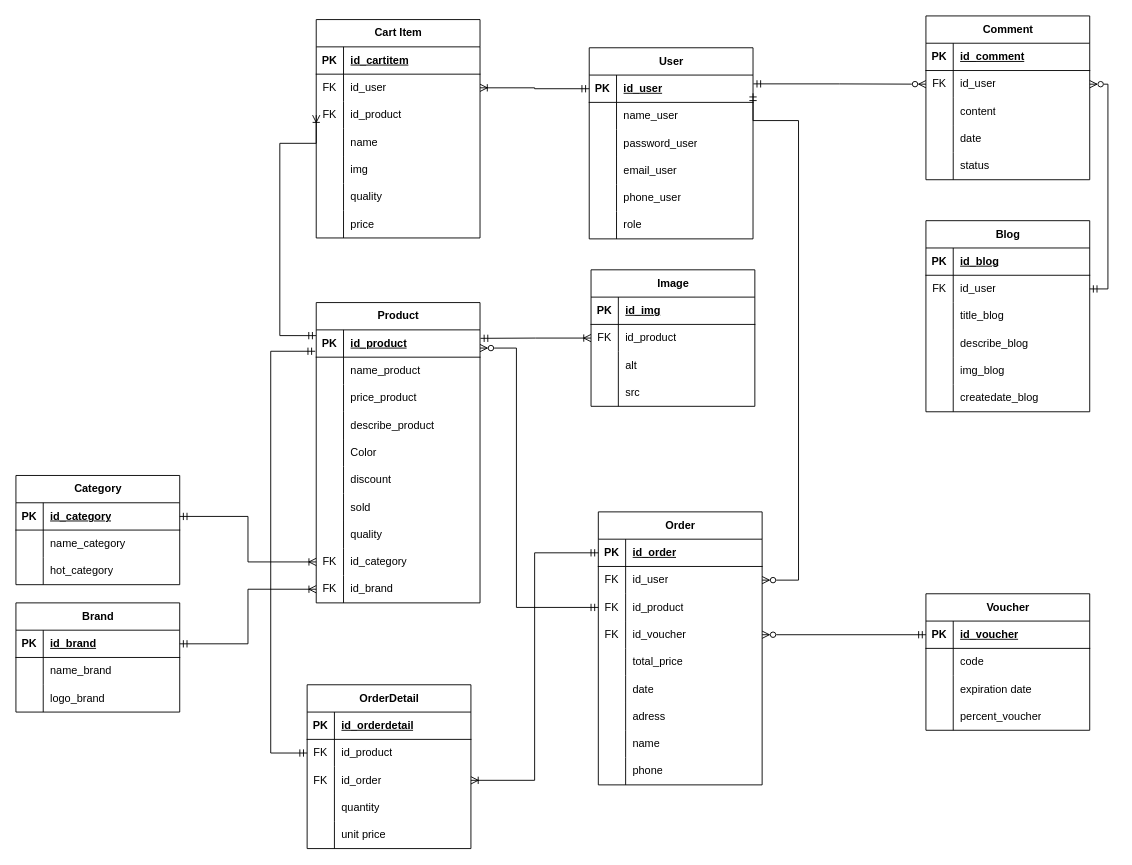
This is Untitled Diagram.drawio from Blion00/Blion00, a draw.io file, before an edit. Source tidied: cells renumbered, new cells numbered last; positions are measured from the earlier drawing's top-left corner, leaving out a move shared by most shapes. Both pictures are drawn from the tidied source at 91%, with x=0, y=0 at pixel (15, 15).
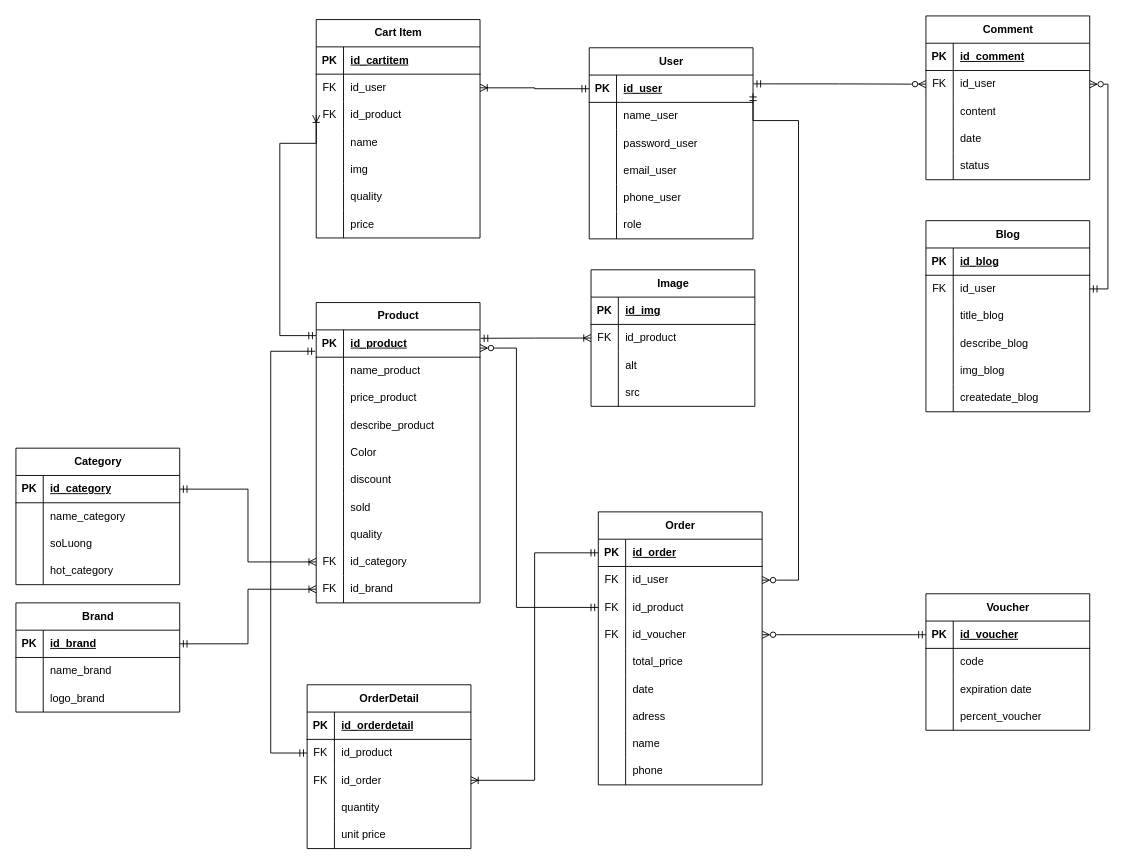
After the change.

Change to the diagram source:
```diff
@@
     <mxCell id="33" value="Category" style="shape=table;startSize=30;childLayout=tableLayout;rowLines=0;fontStyle=1;align=center;html=1;" parent="1" vertex="1">
-      <mxGeometry y="505" width="180" height="120" as="geometry" />
+      <mxGeometry y="475" width="180" height="150" as="geometry" />
     </mxCell>
@@
+    <mxCell id="211" style="shape=tableRow;horizontal=0;startSize=0;swimlaneHead=0;swimlaneBody=0;fillColor=none;top=0;left=0;right=0;bottom=0;" parent="33" vertex="1">
+      <mxGeometry y="90" width="180" height="30" as="geometry" />
+    </mxCell>
+    <mxCell id="212" style="shape=partialRectangle;fillColor=none;top=0;left=0;bottom=0;right=0;overflow=hidden;whiteSpace=wrap;html=1;" parent="211" vertex="1">
+      <mxGeometry width="30" height="30" as="geometry" />
+    </mxCell>
+    <mxCell id="213" value="soLuong" style="shape=partialRectangle;fillColor=none;top=0;left=0;bottom=0;right=0;align=left;spacingLeft=6;overflow=hidden;whiteSpace=wrap;html=1;" parent="211" vertex="1">
+      <mxGeometry x="30" width="150" height="30" as="geometry" />
+    </mxCell>
     <mxCell id="40" style="shape=tableRow;horizontal=0;startSize=0;swimlaneHead=0;swimlaneBody=0;fillColor=none;top=0;left=0;right=0;bottom=0;" parent="33" vertex="1">
-      <mxGeometry y="90" width="180" height="30" as="geometry" />
+      <mxGeometry y="120" width="180" height="30" as="geometry" />
     </mxCell>
```
